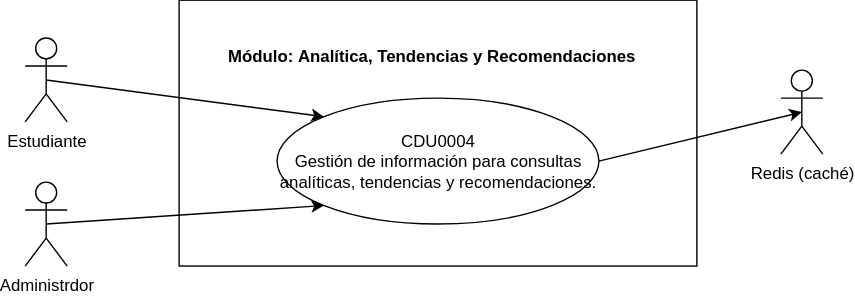
Before: Documentacion/CDU/CDU_PrimeraDescomposicion_M4_202307691.drawio.svg, a diagram exported from draw.io (thanya-gate/SA_PROYECTO_202307691). Source tidied: cells renumbered, new cells last; positions are measured from the earlier drawing's top-left corner, leaving out a move shared by most shapes.
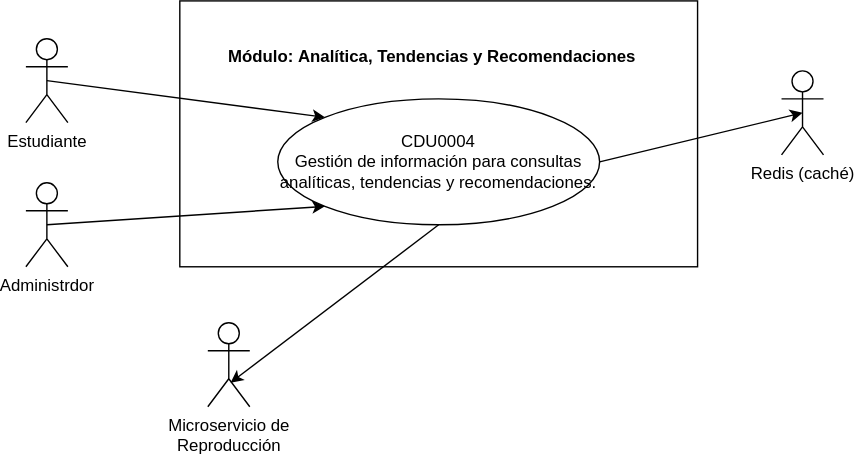
After the change.

Diff of the diagram source:
```diff
@@ -29,5 +29,11 @@
     <mxCell id="10" style="rounded=0;jettySize=auto;html=1;exitX=1;exitY=0.5;exitDx=0;exitDy=0;entryX=0.5;entryY=0.5;entryDx=0;entryDy=0;entryPerimeter=0;" parent="1" edge="1" source="7" target="9">
       <mxGeometry relative="1" as="geometry" />
     </mxCell>
+    <mxCell id="11" value="Microservicio de&lt;div&gt;Reproducción&lt;/div&gt;" style="shape=umlActor;verticalLabelPosition=bottom;verticalAlign=top;html=1;" parent="1" vertex="1">
+      <mxGeometry x="130" y="230" width="30" height="60" as="geometry" />
+    </mxCell>
+    <mxCell id="12" style="rounded=0;jettySize=auto;html=1;exitX=0.5;exitY=1;exitDx=0;exitDy=0;entryX=0.543;entryY=0.714;entryDx=0;entryDy=0;entryPerimeter=0;" parent="1" edge="1" source="7" target="11">
+      <mxGeometry relative="1" as="geometry" />
+    </mxCell>
   </root>
 </mxGraphModel>
```
